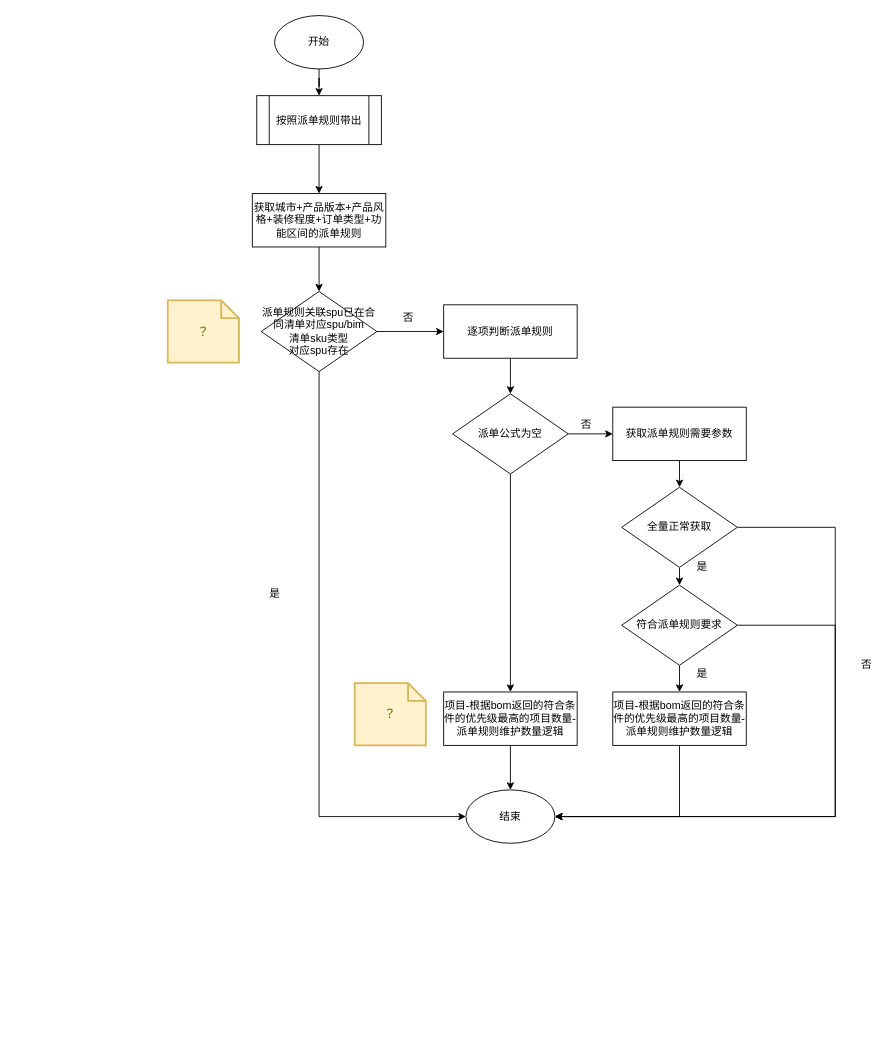
Earlier version of the draw.io diagram page "按照派单规则带出" (4 of 6) of ziroom/bim二期流程梳理.drawio (erlieStar/diagrams). Source tidied: cells renumbered, new cells numbered last; positions are measured from the earlier drawing's top-left corner, leaving out a move shared by most shapes. Both pictures are drawn from the tidied source at 89%, with x=0, y=0 at pixel (167, 15).
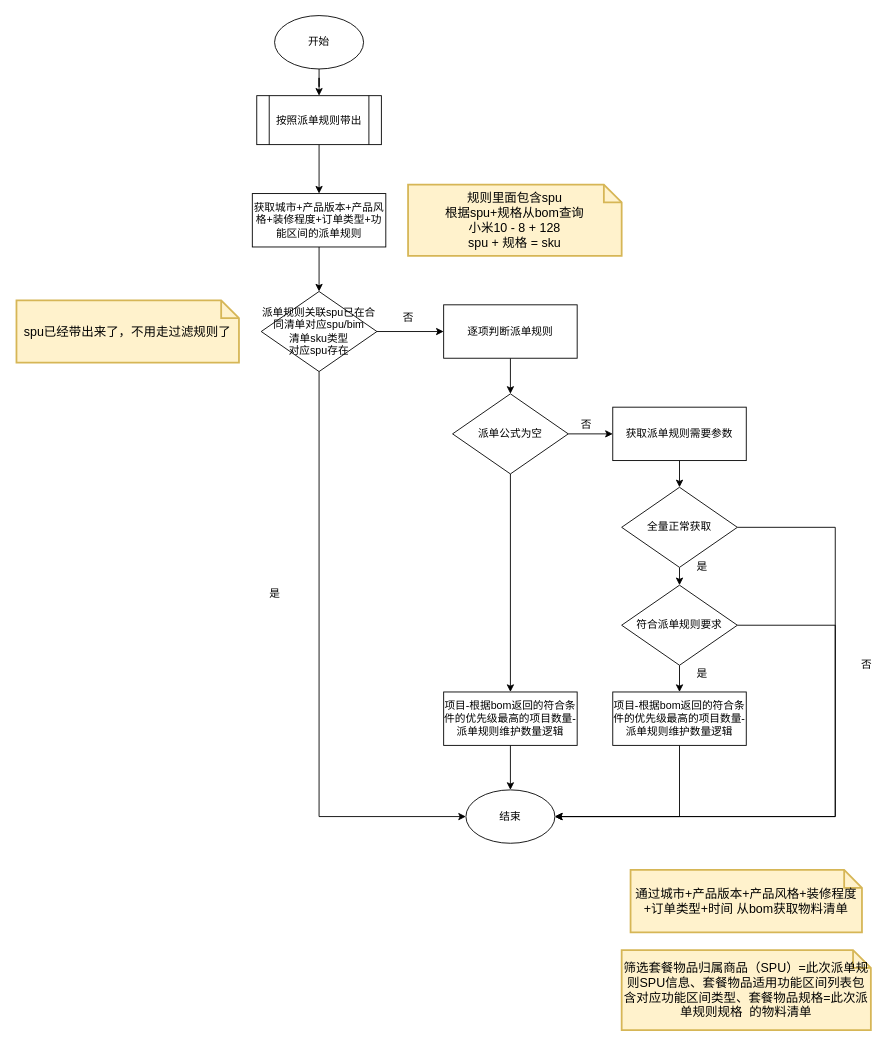
After the change.

The edit, as a diff of the source:
```diff
@@
-    <mxCell id="35" value="？" style="shape=note;strokeWidth=2;fontSize=14;size=20;whiteSpace=wrap;html=1;fillColor=#fff2cc;strokeColor=#d6b656;fontColor=#666600;" parent="1" vertex="1">
-      <mxGeometry y="320" width="80" height="70" as="geometry" />
+    <mxCell id="35" value="spu已经带出来了，不用走过滤规则了" style="shape=note;strokeWidth=2;fontSize=14;size=20;whiteSpace=wrap;html=1;fillColor=#fff2cc;strokeColor=#d6b656;" parent="1" vertex="1">
+      <mxGeometry x="-170" y="320" width="250" height="70" as="geometry" />
     </mxCell>
-    <mxCell id="36" value="？" style="shape=note;strokeWidth=2;fontSize=14;size=20;whiteSpace=wrap;html=1;fillColor=#fff2cc;strokeColor=#d6b656;fontColor=#666600;" parent="1" vertex="1">
-      <mxGeometry x="210" y="750" width="80" height="70" as="geometry" />
-    </mxCell>
+    <mxCell id="37" value="&lt;span style=&quot;text-align: left;&quot;&gt;通过城市+产品版本+产品风格+装修程度+订单类型+时间 从bom获取物料清单&lt;/span&gt;" style="shape=note;strokeWidth=2;fontSize=14;size=20;whiteSpace=wrap;html=1;fillColor=#fff2cc;strokeColor=#d6b656;" parent="1" vertex="1">
+      <mxGeometry x="520" y="960" width="260" height="70" as="geometry" />
+    </mxCell>
+    <mxCell id="38" value="筛选套餐物品归属商品（SPU）=此次派单规则SPU信息、套餐物品适用功能区间列表包含对应功能区间类型、套餐物品规格=此次派单规则规格&amp;nbsp; 的物料清单" style="shape=note;strokeWidth=2;fontSize=14;size=20;whiteSpace=wrap;html=1;fillColor=#fff2cc;strokeColor=#d6b656;" parent="1" vertex="1">
+      <mxGeometry x="510" y="1050" width="280" height="90" as="geometry" />
+    </mxCell>
+    <mxCell id="39" value="规则里面包含spu&lt;br&gt;根据spu+规格从bom查询&lt;br&gt;小米10 - 8 + 128&lt;br&gt;spu + 规格 = sku" style="shape=note;strokeWidth=2;fontSize=14;size=20;whiteSpace=wrap;html=1;fillColor=#fff2cc;strokeColor=#d6b656;" parent="1" vertex="1">
+      <mxGeometry x="270" y="190" width="240" height="80" as="geometry" />
+    </mxCell>
```
